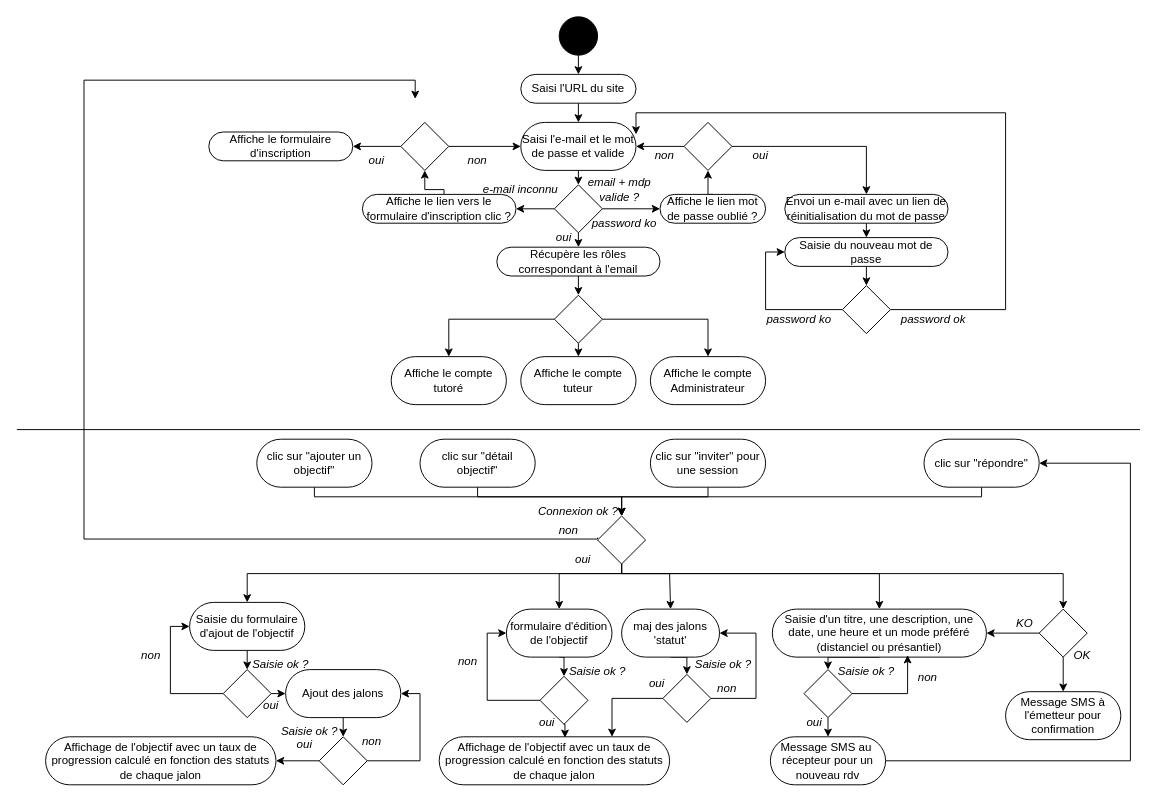
Before: page "diagramme d'activité" (3 of 3) of uml_avenirs.drawio in cbeauquel/oc_projet9, a draw.io diagram. Source tidied: cells renumbered, new cells numbered last; positions are measured from the earlier drawing's top-left corner, leaving out a move shared by most shapes. Both pictures are drawn from the tidied source at 96%, with x=0, y=0 at pixel (16, 16).
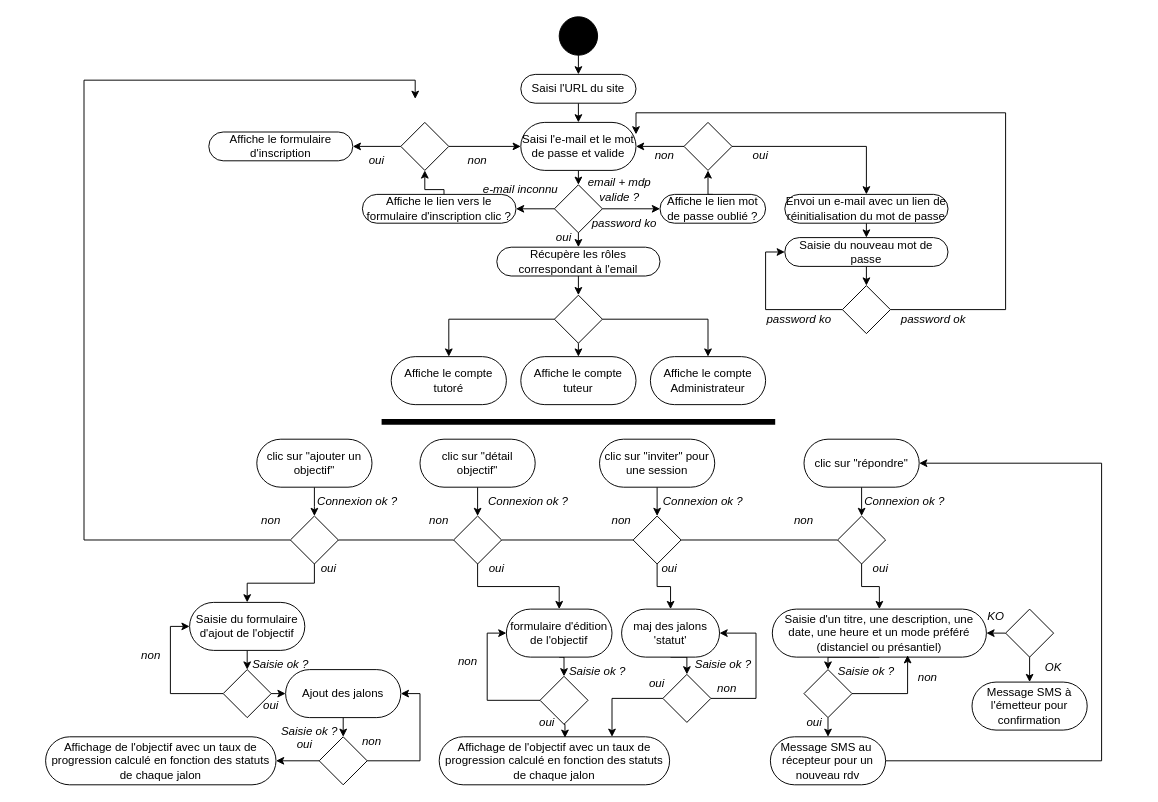
After the change.

Commit message:
Mettre à jour uml_avenirs.drawio diagramme d'activité bug fixes

Unchanged cells that the change refers to:
```xml
<mxCell id="51" value="clic sur &quot;ajouter un objectif&quot;" style="rounded=1;whiteSpace=wrap;html=1;arcSize=50;" parent="1" vertex="1">
  <mxGeometry x="250" y="440" width="120" height="50" as="geometry" />
</mxCell>
<mxCell id="60" value="Saisie du formulaire d'ajout de l'objectif" style="rounded=1;whiteSpace=wrap;html=1;arcSize=50;" parent="1" vertex="1">
  <mxGeometry x="180" y="610" width="120" height="50" as="geometry" />
</mxCell>
<mxCell id="80" value="clic sur &quot;détail objectif&quot;" style="rounded=1;whiteSpace=wrap;html=1;arcSize=50;" parent="1" vertex="1">
  <mxGeometry x="420" y="440" width="120" height="50" as="geometry" />
</mxCell>
<mxCell id="86" value="formulaire d'édition de l'objectif" style="rounded=1;whiteSpace=wrap;html=1;arcSize=50;" parent="1" vertex="1">
  <mxGeometry x="510" y="617" width="110" height="50" as="geometry" />
</mxCell>
<mxCell id="88" value="&lt;div&gt;&lt;span style=&quot;background-color: initial;&quot;&gt;maj des jalons 'statut'&lt;/span&gt;&lt;br&gt;&lt;/div&gt;" style="rounded=1;whiteSpace=wrap;html=1;arcSize=50;" parent="1" vertex="1">
  <mxGeometry x="630" y="617" width="102" height="50" as="geometry" />
</mxCell>
<mxCell id="103" value="&lt;div&gt;&lt;span style=&quot;background-color: initial;&quot;&gt;Saisie d'un titre, une description, une date, une heure et un mode préféré (distanciel ou présantiel)&lt;/span&gt;&lt;br&gt;&lt;/div&gt;" style="rounded=1;whiteSpace=wrap;html=1;arcSize=50;" parent="1" vertex="1">
  <mxGeometry x="787" y="617" width="223" height="50" as="geometry" />
</mxCell>
<mxCell id="111" value="Message SMS au&amp;nbsp; récepteur pour un nouveau rdv" style="rounded=1;whiteSpace=wrap;html=1;arcSize=50;" parent="1" vertex="1">
  <mxGeometry x="785" y="750" width="120" height="50" as="geometry" />
</mxCell>
```

Change to the diagram source:
```diff
@@
-    <mxCell id="49" style="endArrow=none;html=1;rounded=0;" parent="1" edge="1">
+    <mxCell id="49" style="endArrow=none;html=1;rounded=0;strokeWidth=6;" parent="1" edge="1">
       <mxGeometry relative="1" as="geometry">
-        <mxPoint y="430" as="sourcePoint" />
-        <mxPoint x="1170" y="430" as="targetPoint" />
+        <mxPoint x="380" y="422" as="sourcePoint" />
+        <mxPoint x="790" y="422" as="targetPoint" />
       </mxGeometry>
     </mxCell>
     <mxCell id="50" style="edgeStyle=orthogonalEdgeStyle;rounded=0;jettySize=auto;html=1;exitX=0.5;exitY=1;exitDx=0;exitDy=0;entryX=0.5;entryY=0;entryDx=0;entryDy=0;" parent="1" edge="1" source="51" target="58">
       <mxGeometry relative="1" as="geometry">
         <Array as="points">
-          <mxPoint x="310" y="500" />
-          <mxPoint x="630" y="500" />
+          <mxPoint x="310" y="510" />
+          <mxPoint x="310" y="510" />
         </Array>
       </mxGeometry>
     </mxCell>
@@
+    <mxCell id="53" style="edgeStyle=orthogonalEdgeStyle;rounded=0;jettySize=auto;html=1;entryX=0;entryY=0;entryDx=0;entryDy=0;exitX=0;exitY=0.5;exitDx=0;exitDy=0;" parent="1" edge="1" source="58">
+      <mxGeometry relative="1" as="geometry">
+        <mxPoint x="415" y="85.5" as="targetPoint" />
+        <Array as="points">
+          <mxPoint x="70" y="545" />
+          <mxPoint x="70" y="66" />
+          <mxPoint x="415" y="66" />
+        </Array>
+      </mxGeometry>
+    </mxCell>
     <mxCell id="52" style="edgeStyle=orthogonalEdgeStyle;rounded=0;jettySize=auto;html=1;exitX=0.5;exitY=1;exitDx=0;exitDy=0;entryX=0.5;entryY=0;entryDx=0;entryDy=0;" parent="1" edge="1" source="58" target="60">
-      <mxGeometry relative="1" as="geometry">
-        <Array as="points">
-          <mxPoint x="630" y="580" />
-          <mxPoint x="240" y="580" />
-        </Array>
-      </mxGeometry>
+      <mxGeometry relative="1" as="geometry" />
     </mxCell>
-    <mxCell id="53" style="edgeStyle=orthogonalEdgeStyle;rounded=0;jettySize=auto;html=1;entryX=0;entryY=0;entryDx=0;entryDy=0;exitX=1;exitY=0.75;exitDx=0;exitDy=0;" parent="1" edge="1" source="65">
-      <mxGeometry relative="1" as="geometry">
-        <mxPoint x="415" y="85.5" as="targetPoint" />
-        <Array as="points">
-          <mxPoint x="605" y="544" />
-          <mxPoint x="70" y="544" />
-          <mxPoint x="70" y="66" />
-          <mxPoint x="415" y="66" />
-        </Array>
-      </mxGeometry>
-    </mxCell>
-    <mxCell id="54" style="edgeStyle=orthogonalEdgeStyle;rounded=0;jettySize=auto;html=1;exitX=0.5;exitY=1;exitDx=0;exitDy=0;entryX=0.5;entryY=0;entryDx=0;entryDy=0;" parent="1" edge="1" source="58" target="86">
-      <mxGeometry relative="1" as="geometry">
-        <Array as="points">
-          <mxPoint x="630" y="580" />
-          <mxPoint x="565" y="580" />
-        </Array>
-      </mxGeometry>
-    </mxCell>
-    <mxCell id="55" style="edgeStyle=orthogonalEdgeStyle;rounded=0;jettySize=auto;html=1;exitX=0.5;exitY=1;exitDx=0;exitDy=0;entryX=0.5;entryY=0;entryDx=0;entryDy=0;" parent="1" edge="1" source="58" target="88">
-      <mxGeometry relative="1" as="geometry">
-        <Array as="points">
-          <mxPoint x="630" y="580" />
-          <mxPoint x="680" y="580" />
-        </Array>
-      </mxGeometry>
-    </mxCell>
-    <mxCell id="56" style="edgeStyle=orthogonalEdgeStyle;rounded=0;jettySize=auto;html=1;exitX=0.5;exitY=1;exitDx=0;exitDy=0;entryX=0.5;entryY=0;entryDx=0;entryDy=0;" parent="1" edge="1" source="58" target="103">
-      <mxGeometry relative="1" as="geometry">
-        <Array as="points">
-          <mxPoint x="630" y="580" />
-          <mxPoint x="899" y="580" />
-        </Array>
-      </mxGeometry>
-    </mxCell>
-    <mxCell id="57" style="edgeStyle=orthogonalEdgeStyle;rounded=0;jettySize=auto;html=1;exitX=0.5;exitY=1;exitDx=0;exitDy=0;entryX=0.5;entryY=0;entryDx=0;entryDy=0;" parent="1" edge="1" source="58" target="114">
-      <mxGeometry relative="1" as="geometry">
-        <Array as="points">
-          <mxPoint x="630" y="580" />
-          <mxPoint x="1090" y="580" />
-        </Array>
-      </mxGeometry>
-    </mxCell>
     <mxCell id="58" style="rhombus;whiteSpace=wrap;html=1;" parent="1" vertex="1">
-      <mxGeometry x="605" y="520" width="50" height="50" as="geometry" />
+      <mxGeometry x="285" y="520" width="50" height="50" as="geometry" />
     </mxCell>
@@
     <mxCell id="64" value="Connexion ok ?" style="text;html=1;align=center;verticalAlign=middle;whiteSpace=wrap;rounded=0;fontStyle=2;" parent="1" vertex="1">
-      <mxGeometry x="540" y="500" width="90" height="30" as="geometry" />
+      <mxGeometry x="310" y="490" width="90" height="30" as="geometry" />
     </mxCell>
     <mxCell id="65" value="non" style="text;html=1;align=center;verticalAlign=middle;whiteSpace=wrap;rounded=0;fontStyle=2;" parent="1" vertex="1">
-      <mxGeometry x="545" y="520" width="60" height="30" as="geometry" />
+      <mxGeometry x="235" y="510" width="60" height="30" as="geometry" />
     </mxCell>
-    <mxCell id="66" value="oui" style="text;html=1;align=center;verticalAlign=middle;whiteSpace=wrap;rounded=0;fontStyle=2;" parent="1" vertex="1">
-      <mxGeometry x="575" y="550" width="30" height="30" as="geometry" />
-    </mxCell>
@@
-    <mxCell id="79" style="edgeStyle=orthogonalEdgeStyle;rounded=0;jettySize=auto;html=1;exitX=0.5;exitY=1;exitDx=0;exitDy=0;entryX=0.5;entryY=0;entryDx=0;entryDy=0;" parent="1" edge="1" source="80" target="58">
-      <mxGeometry relative="1" as="geometry">
-        <Array as="points">
-          <mxPoint x="480" y="500" />
-          <mxPoint x="630" y="500" />
-        </Array>
-      </mxGeometry>
-    </mxCell>
+    <mxCell id="118" style="edgeStyle=orthogonalEdgeStyle;rounded=0;jettySize=auto;html=1;exitX=0.5;exitY=1;exitDx=0;exitDy=0;entryX=0.5;entryY=0;entryDx=0;entryDy=0;" parent="1" edge="1" source="80" target="126">
+      <mxGeometry relative="1" as="geometry" />
+    </mxCell>
@@
-    <mxCell id="81" style="edgeStyle=orthogonalEdgeStyle;rounded=0;jettySize=auto;html=1;exitX=0.5;exitY=1;exitDx=0;exitDy=0;entryX=0.5;entryY=0;entryDx=0;entryDy=0;" parent="1" edge="1" source="82" target="58">
-      <mxGeometry relative="1" as="geometry">
-        <Array as="points">
-          <mxPoint x="720" y="500" />
-          <mxPoint x="630" y="500" />
-        </Array>
-      </mxGeometry>
-    </mxCell>
+    <mxCell id="119" style="edgeStyle=orthogonalEdgeStyle;rounded=0;jettySize=auto;html=1;exitX=0.5;exitY=1;exitDx=0;exitDy=0;entryX=0.5;entryY=0;entryDx=0;entryDy=0;" parent="1" edge="1" source="82" target="129">
+      <mxGeometry relative="1" as="geometry" />
+    </mxCell>
     <mxCell id="82" value="clic sur &quot;inviter&quot; pour une session" style="rounded=1;whiteSpace=wrap;html=1;arcSize=50;" parent="1" vertex="1">
-      <mxGeometry x="660" y="440" width="120" height="50" as="geometry" />
+      <mxGeometry x="607" y="440" width="120" height="50" as="geometry" />
     </mxCell>
-    <mxCell id="83" style="edgeStyle=orthogonalEdgeStyle;rounded=0;jettySize=auto;html=1;exitX=0.5;exitY=1;exitDx=0;exitDy=0;entryX=0.5;entryY=0;entryDx=0;entryDy=0;" parent="1" edge="1" source="84" target="58">
-      <mxGeometry relative="1" as="geometry">
-        <Array as="points">
-          <mxPoint x="1005" y="500" />
-          <mxPoint x="630" y="500" />
-        </Array>
-      </mxGeometry>
-    </mxCell>
+    <mxCell id="120" style="edgeStyle=orthogonalEdgeStyle;rounded=0;jettySize=auto;html=1;exitX=0.5;exitY=1;exitDx=0;exitDy=0;entryX=0.5;entryY=0;entryDx=0;entryDy=0;" parent="1" edge="1" source="84" target="132">
+      <mxGeometry relative="1" as="geometry" />
+    </mxCell>
     <mxCell id="84" value="clic sur &quot;répondre&quot;" style="rounded=1;whiteSpace=wrap;html=1;arcSize=50;" parent="1" vertex="1">
-      <mxGeometry x="945" y="440" width="120" height="50" as="geometry" />
+      <mxGeometry x="820" y="440" width="120" height="50" as="geometry" />
     </mxCell>
@@
     <mxCell id="110" style="edgeStyle=orthogonalEdgeStyle;rounded=0;jettySize=auto;html=1;exitX=1;exitY=0.5;exitDx=0;exitDy=0;entryX=1;entryY=0.5;entryDx=0;entryDy=0;" parent="1" edge="1" source="111" target="84">
       <mxGeometry relative="1" as="geometry">
         <Array as="points">
-          <mxPoint x="1160" y="775" />
-          <mxPoint x="1160" y="465" />
+          <mxPoint x="1130" y="775" />
+          <mxPoint x="1130" y="465" />
         </Array>
       </mxGeometry>
     </mxCell>
@@
     <mxCell id="114" style="rhombus;whiteSpace=wrap;html=1;" parent="1" vertex="1">
-      <mxGeometry x="1065" y="617" width="50" height="50" as="geometry" />
+      <mxGeometry x="1030" y="617" width="50" height="50" as="geometry" />
     </mxCell>
     <mxCell id="115" value="Message SMS à l'émetteur pour confirmation" style="rounded=1;whiteSpace=wrap;html=1;arcSize=50;" parent="1" vertex="1">
-      <mxGeometry x="1030" y="703" width="120" height="50" as="geometry" />
+      <mxGeometry x="995" y="693" width="120" height="50" as="geometry" />
     </mxCell>
     <mxCell id="116" value="OK" style="text;html=1;align=center;verticalAlign=middle;whiteSpace=wrap;rounded=0;fontStyle=2;" parent="1" vertex="1">
-      <mxGeometry x="1080" y="650" width="60" height="30" as="geometry" />
+      <mxGeometry x="1050" y="663" width="60" height="30" as="geometry" />
     </mxCell>
     <mxCell id="117" value="KO" style="text;html=1;align=center;verticalAlign=middle;whiteSpace=wrap;rounded=0;fontStyle=2;" parent="1" vertex="1">
-      <mxGeometry x="1020" y="617" width="60" height="30" as="geometry" />
+      <mxGeometry x="990" y="610" width="60" height="30" as="geometry" />
     </mxCell>
+    <mxCell id="121" value="Connexion ok ?" style="text;html=1;align=center;verticalAlign=middle;whiteSpace=wrap;rounded=0;fontStyle=2;" parent="1" vertex="1">
+      <mxGeometry x="488" y="490" width="90" height="30" as="geometry" />
+    </mxCell>
+    <mxCell id="122" value="Connexion ok ?" style="text;html=1;align=center;verticalAlign=middle;whiteSpace=wrap;rounded=0;fontStyle=2;" parent="1" vertex="1">
+      <mxGeometry x="880" y="490" width="90" height="30" as="geometry" />
+    </mxCell>
+    <mxCell id="123" value="Connexion ok ?" style="text;html=1;align=center;verticalAlign=middle;whiteSpace=wrap;rounded=0;fontStyle=2;" parent="1" vertex="1">
+      <mxGeometry x="670" y="490" width="90" height="30" as="geometry" />
+    </mxCell>
+    <mxCell id="124" style="edgeStyle=orthogonalEdgeStyle;rounded=0;jettySize=auto;html=1;exitX=0.5;exitY=1;exitDx=0;exitDy=0;entryX=0.5;entryY=0;entryDx=0;entryDy=0;" parent="1" edge="1" source="126" target="86">
+      <mxGeometry relative="1" as="geometry" />
+    </mxCell>
+    <mxCell id="125" style="edgeStyle=orthogonalEdgeStyle;rounded=0;jettySize=auto;html=1;exitX=0;exitY=0.5;exitDx=0;exitDy=0;entryX=1;entryY=0.5;entryDx=0;entryDy=0;endArrow=none;endFill=0;" parent="1" edge="1" source="126" target="58">
+      <mxGeometry relative="1" as="geometry" />
+    </mxCell>
+    <mxCell id="126" style="rhombus;whiteSpace=wrap;html=1;" parent="1" vertex="1">
+      <mxGeometry x="455" y="520" width="50" height="50" as="geometry" />
+    </mxCell>
+    <mxCell id="127" style="edgeStyle=orthogonalEdgeStyle;rounded=0;jettySize=auto;html=1;exitX=0.5;exitY=1;exitDx=0;exitDy=0;entryX=0.5;entryY=0;entryDx=0;entryDy=0;" parent="1" edge="1" source="129" target="88">
+      <mxGeometry relative="1" as="geometry" />
+    </mxCell>
+    <mxCell id="128" style="edgeStyle=orthogonalEdgeStyle;rounded=0;jettySize=auto;html=1;exitX=0;exitY=0.5;exitDx=0;exitDy=0;entryX=1;entryY=0.5;entryDx=0;entryDy=0;endArrow=none;endFill=0;" parent="1" edge="1" source="129" target="126">
+      <mxGeometry relative="1" as="geometry" />
+    </mxCell>
+    <mxCell id="129" style="rhombus;whiteSpace=wrap;html=1;" parent="1" vertex="1">
+      <mxGeometry x="642" y="520" width="50" height="50" as="geometry" />
+    </mxCell>
+    <mxCell id="130" style="edgeStyle=orthogonalEdgeStyle;rounded=0;jettySize=auto;html=1;exitX=0.5;exitY=1;exitDx=0;exitDy=0;entryX=0.5;entryY=0;entryDx=0;entryDy=0;" parent="1" edge="1" source="132" target="103">
+      <mxGeometry relative="1" as="geometry" />
+    </mxCell>
+    <mxCell id="131" style="edgeStyle=orthogonalEdgeStyle;rounded=0;jettySize=auto;html=1;exitX=0;exitY=0.5;exitDx=0;exitDy=0;entryX=1;entryY=0.5;entryDx=0;entryDy=0;endArrow=none;endFill=0;" parent="1" edge="1" source="132" target="129">
+      <mxGeometry relative="1" as="geometry" />
+    </mxCell>
+    <mxCell id="132" style="rhombus;whiteSpace=wrap;html=1;" parent="1" vertex="1">
+      <mxGeometry x="855" y="520" width="50" height="50" as="geometry" />
+    </mxCell>
+    <mxCell id="133" value="non" style="text;html=1;align=center;verticalAlign=middle;whiteSpace=wrap;rounded=0;fontStyle=2;" parent="1" vertex="1">
+      <mxGeometry x="410" y="510" width="60" height="30" as="geometry" />
+    </mxCell>
+    <mxCell id="134" value="non" style="text;html=1;align=center;verticalAlign=middle;whiteSpace=wrap;rounded=0;fontStyle=2;" parent="1" vertex="1">
+      <mxGeometry x="600" y="510" width="60" height="30" as="geometry" />
+    </mxCell>
+    <mxCell id="135" value="non" style="text;html=1;align=center;verticalAlign=middle;whiteSpace=wrap;rounded=0;fontStyle=2;" parent="1" vertex="1">
+      <mxGeometry x="790" y="510" width="60" height="30" as="geometry" />
+    </mxCell>
+    <mxCell id="136" value="oui" style="text;html=1;align=center;verticalAlign=middle;whiteSpace=wrap;rounded=0;fontStyle=2;" parent="1" vertex="1">
+      <mxGeometry x="295" y="560" width="60" height="30" as="geometry" />
+    </mxCell>
+    <mxCell id="137" value="oui" style="text;html=1;align=center;verticalAlign=middle;whiteSpace=wrap;rounded=0;fontStyle=2;" parent="1" vertex="1">
+      <mxGeometry x="470" y="560" width="60" height="30" as="geometry" />
+    </mxCell>
+    <mxCell id="138" value="oui" style="text;html=1;align=center;verticalAlign=middle;whiteSpace=wrap;rounded=0;fontStyle=2;" parent="1" vertex="1">
+      <mxGeometry x="650" y="560" width="60" height="30" as="geometry" />
+    </mxCell>
+    <mxCell id="139" value="oui" style="text;html=1;align=center;verticalAlign=middle;whiteSpace=wrap;rounded=0;fontStyle=2;" parent="1" vertex="1">
+      <mxGeometry x="870" y="560" width="60" height="30" as="geometry" />
+    </mxCell>
```
